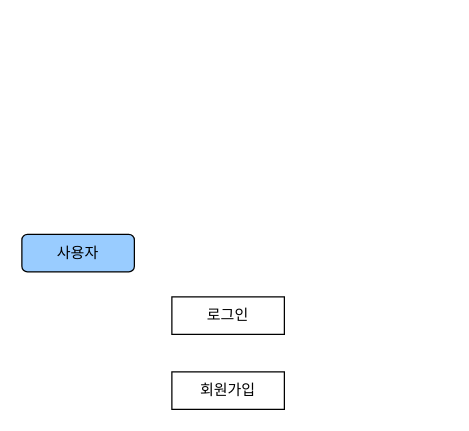
This is UI Process.drawio from NAMSONGYOON/html5, a draw.io file, before an edit. Source tidied: cells renumbered, new cells numbered last; positions are measured from the earlier drawing's top-left corner, leaving out a move shared by most shapes. Both pictures are drawn from the tidied source at 125%, with x=0, y=0 at pixel (21, 234).
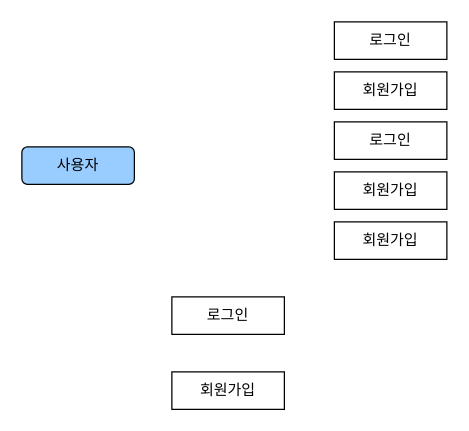
Above is the later version.

What changed in the source:
```diff
@@
 <mxGraphModel>
   <root>
     <mxCell id="0" />
     <mxCell id="1" parent="0" />
     <mxCell id="2" value="사용자" style="rounded=1;whiteSpace=wrap;html=1;fillColor=#99CCFF;" parent="1" vertex="1">
-      <mxGeometry width="90" height="30" as="geometry" />
+      <mxGeometry y="-70" width="90" height="30" as="geometry" />
     </mxCell>
     <mxCell id="3" value="로그인" style="rounded=0;whiteSpace=wrap;html=1;fillColor=#FFFFFF;" parent="1" vertex="1">
       <mxGeometry x="120" y="50" width="90" height="30" as="geometry" />
     </mxCell>
     <mxCell id="4" value="회원가입" style="rounded=0;whiteSpace=wrap;html=1;fillColor=#FFFFFF;" parent="1" vertex="1">
       <mxGeometry x="120" y="110" width="90" height="30" as="geometry" />
     </mxCell>
+    <mxCell id="5" value="로그인" style="rounded=0;whiteSpace=wrap;html=1;fillColor=#FFFFFF;" parent="1" vertex="1">
+      <mxGeometry x="250" y="-170" width="90" height="30" as="geometry" />
+    </mxCell>
+    <mxCell id="6" value="회원가입" style="rounded=0;whiteSpace=wrap;html=1;fillColor=#FFFFFF;" parent="1" vertex="1">
+      <mxGeometry x="250" y="-130" width="90" height="30" as="geometry" />
+    </mxCell>
+    <mxCell id="7" value="로그인" style="rounded=0;whiteSpace=wrap;html=1;fillColor=#FFFFFF;" parent="1" vertex="1">
+      <mxGeometry x="250" y="-90" width="90" height="30" as="geometry" />
+    </mxCell>
+    <mxCell id="8" value="회원가입" style="rounded=0;whiteSpace=wrap;html=1;fillColor=#FFFFFF;" parent="1" vertex="1">
+      <mxGeometry x="250" y="-50" width="90" height="30" as="geometry" />
+    </mxCell>
+    <mxCell id="9" value="회원가입" style="rounded=0;whiteSpace=wrap;html=1;fillColor=#FFFFFF;" parent="1" vertex="1">
+      <mxGeometry x="250" y="-10" width="90" height="30" as="geometry" />
+    </mxCell>
   </root>
 </mxGraphModel>
```
